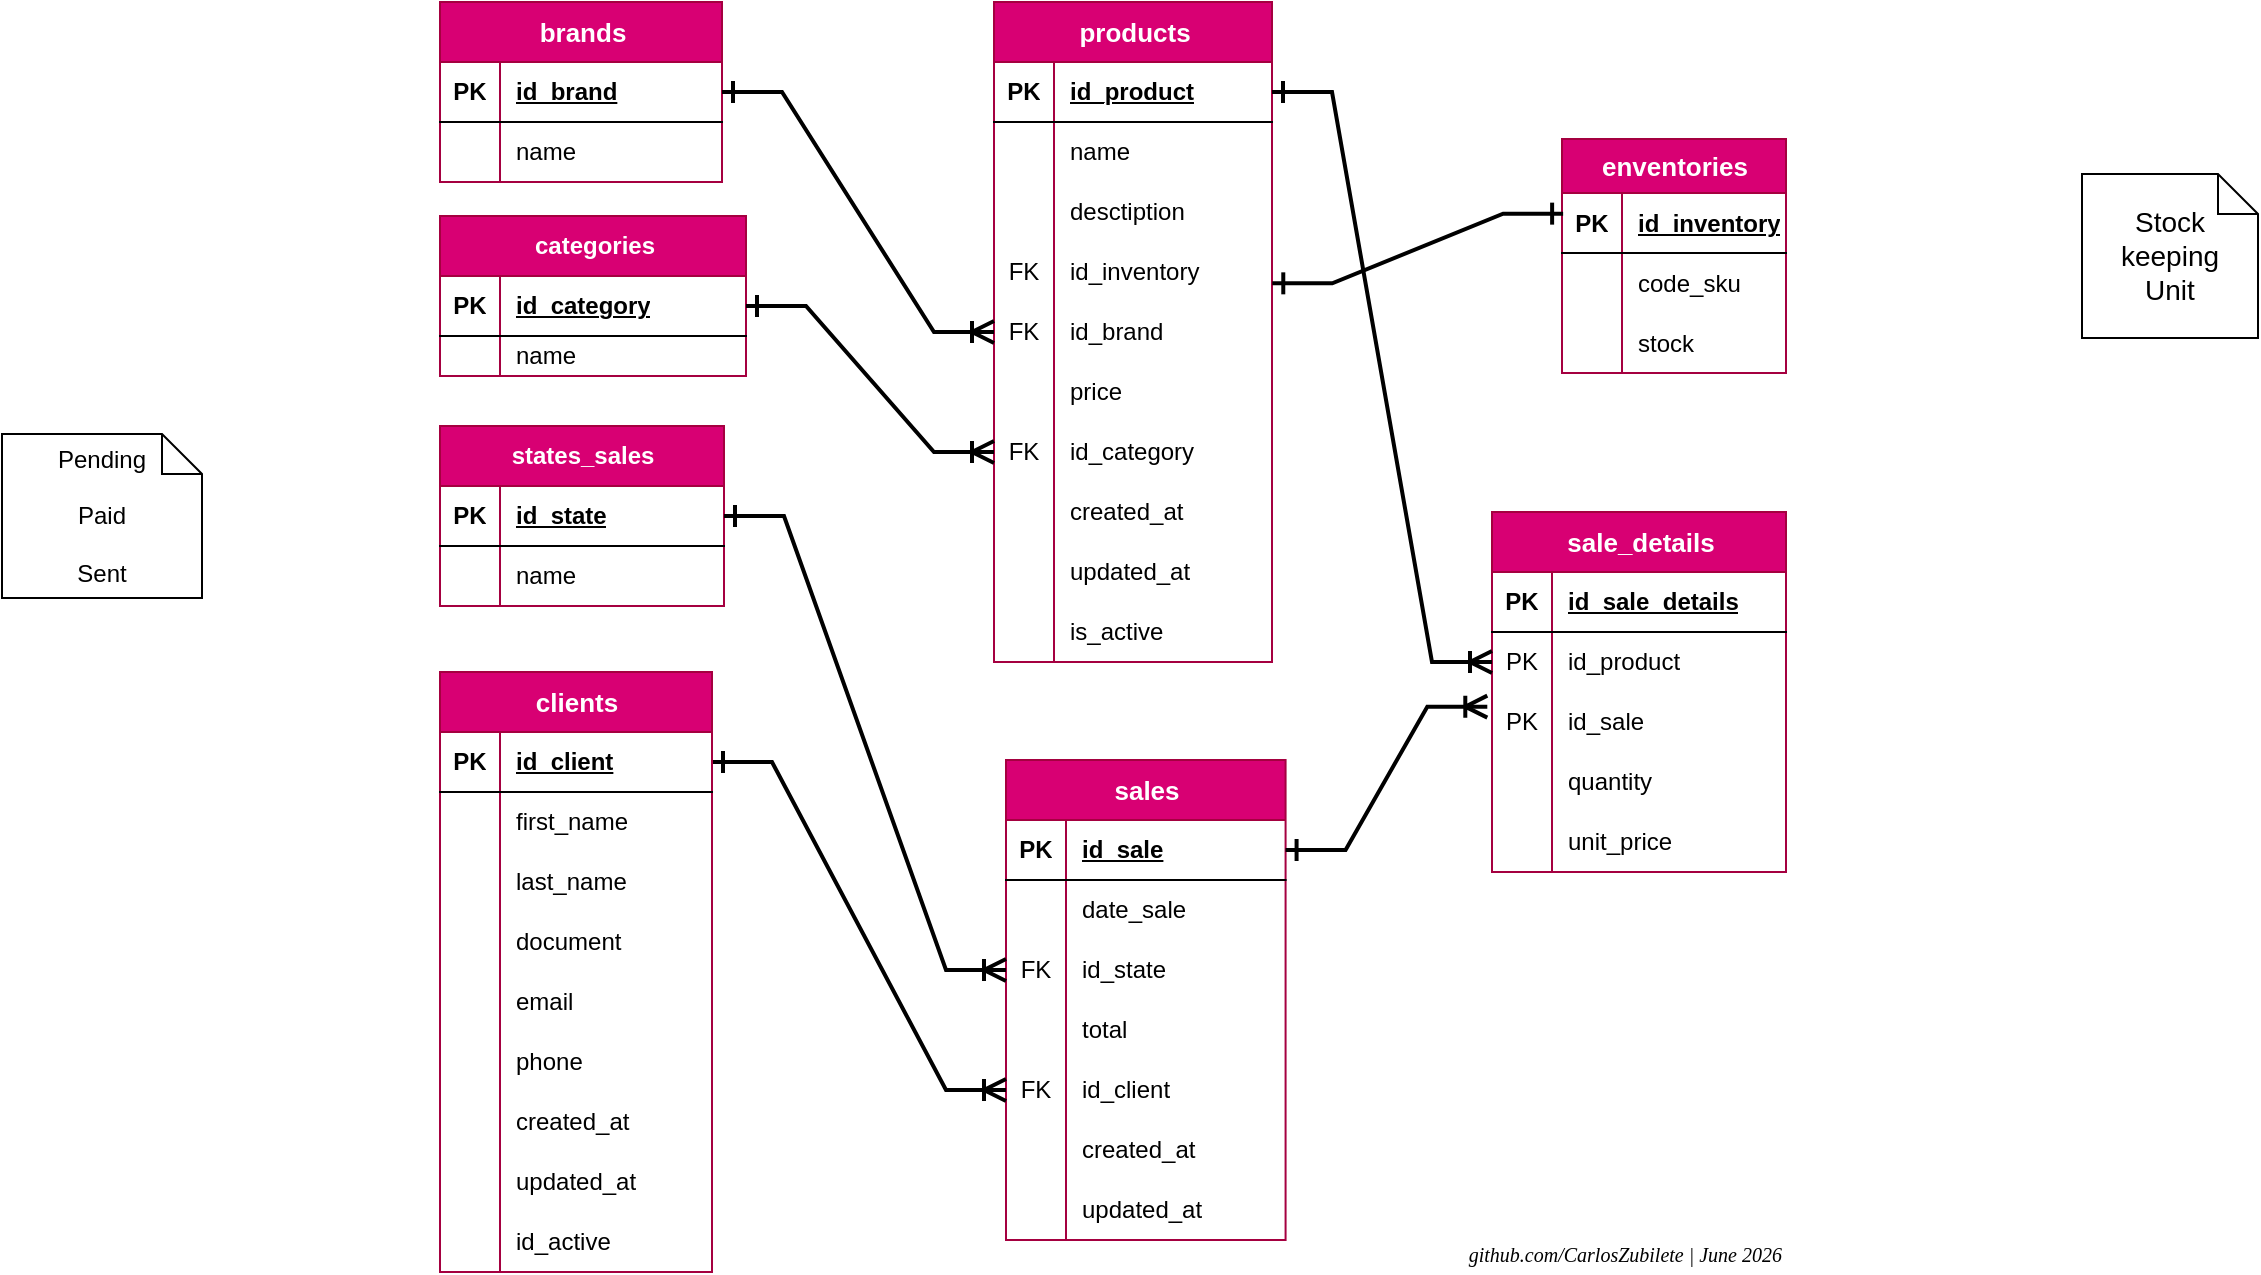
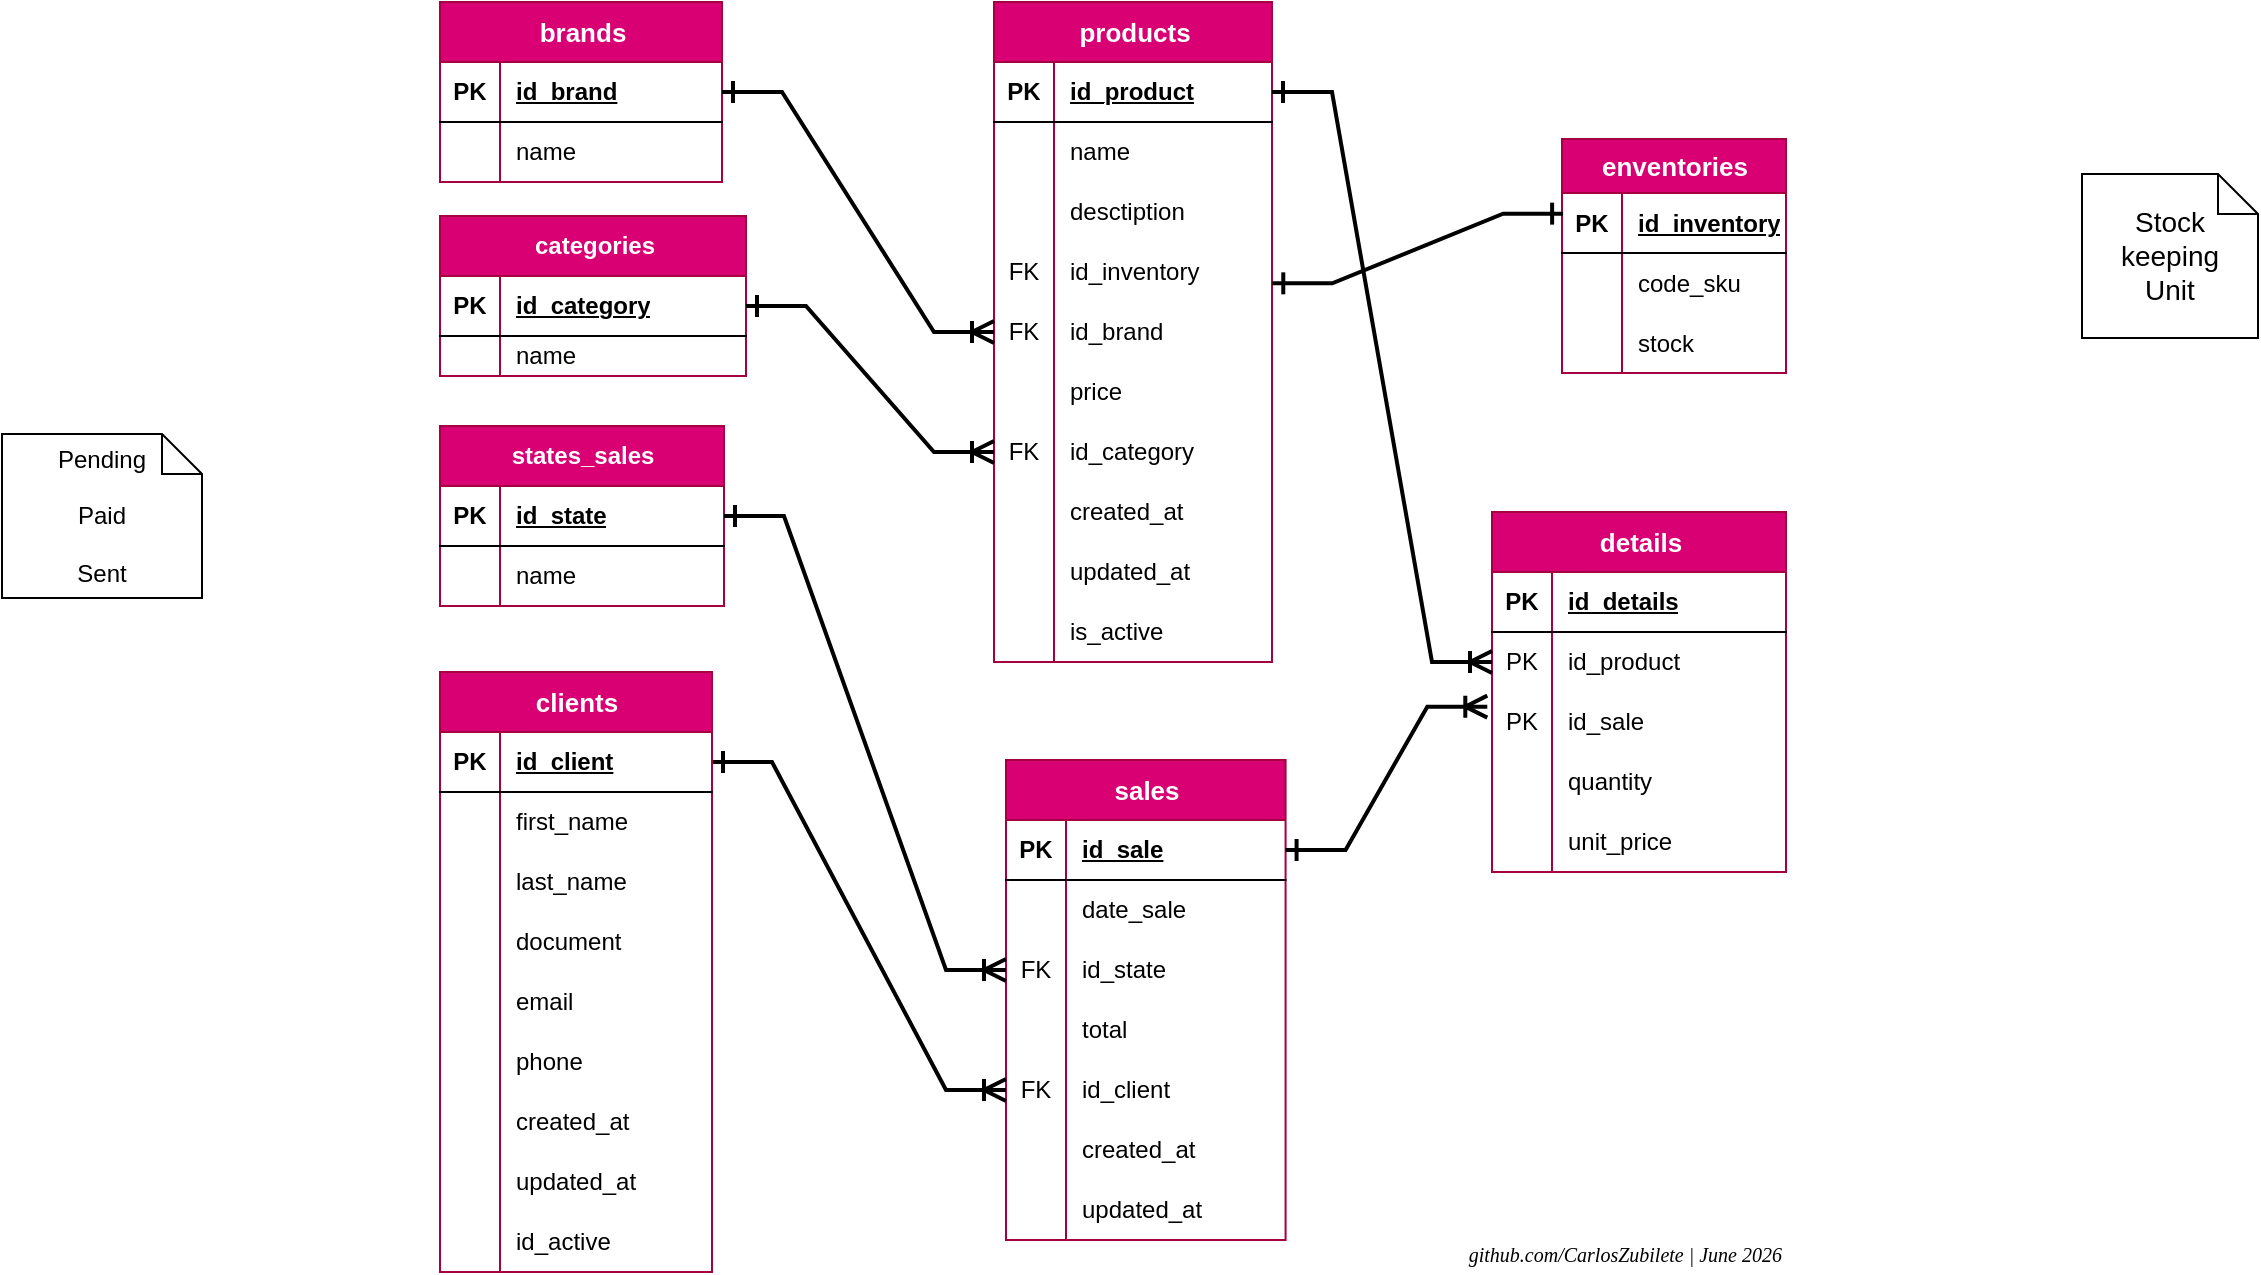
<mxfile host="app.diagrams.net">
  <diagram name="Página-1" id="93zGEH0W4ki6yb1lL_9r">
    <mxGraphModel dx="1567" dy="1451" grid="0" gridSize="10" guides="1" tooltips="1" connect="1" arrows="1" fold="1" page="0" pageScale="1" pageWidth="827" pageHeight="1169" background="none" math="0" shadow="0">
      <root>
        <mxCell id="0" />
        <mxCell id="1" parent="0" />
        <mxCell id="zBBTMQhwQkRe0qv0ZGFn-2" parent="1" style="shape=table;startSize=30;container=1;collapsible=1;childLayout=tableLayout;fixedRows=1;rowLines=0;fontStyle=1;align=center;resizeLast=1;html=1;fillColor=#d80073;fontColor=#ffffff;strokeColor=#A50040;" value="&lt;font style=&quot;font-size: 13px;&quot;&gt;products&lt;/font&gt;" vertex="1">
          <mxGeometry height="330" width="139" x="222" y="-715" as="geometry" />
        </mxCell>
        <mxCell id="zBBTMQhwQkRe0qv0ZGFn-3" parent="zBBTMQhwQkRe0qv0ZGFn-2" style="shape=tableRow;horizontal=0;startSize=0;swimlaneHead=0;swimlaneBody=0;fillColor=none;collapsible=0;dropTarget=0;points=[[0,0.5],[1,0.5]];portConstraint=eastwest;top=0;left=0;right=0;bottom=1;" value="" vertex="1">
          <mxGeometry height="30" width="139" y="30" as="geometry" />
        </mxCell>
        <mxCell id="zBBTMQhwQkRe0qv0ZGFn-4" parent="zBBTMQhwQkRe0qv0ZGFn-3" style="shape=partialRectangle;connectable=0;fillColor=none;top=0;left=0;bottom=0;right=0;fontStyle=1;overflow=hidden;whiteSpace=wrap;html=1;" value="PK" vertex="1">
          <mxGeometry height="30" width="29.999999999999773" as="geometry">
            <mxRectangle height="30" width="29.999999999999773" as="alternateBounds" />
          </mxGeometry>
        </mxCell>
        <mxCell id="zBBTMQhwQkRe0qv0ZGFn-5" parent="zBBTMQhwQkRe0qv0ZGFn-3" style="shape=partialRectangle;connectable=0;fillColor=none;top=0;left=0;bottom=0;right=0;align=left;spacingLeft=6;fontStyle=5;overflow=hidden;whiteSpace=wrap;html=1;" value="id_product" vertex="1">
          <mxGeometry height="30" width="109.00000000000023" x="29.999999999999773" as="geometry">
            <mxRectangle height="30" width="109.00000000000023" as="alternateBounds" />
          </mxGeometry>
        </mxCell>
        <mxCell id="zBBTMQhwQkRe0qv0ZGFn-6" parent="zBBTMQhwQkRe0qv0ZGFn-2" style="shape=tableRow;horizontal=0;startSize=0;swimlaneHead=0;swimlaneBody=0;fillColor=none;collapsible=0;dropTarget=0;points=[[0,0.5],[1,0.5]];portConstraint=eastwest;top=0;left=0;right=0;bottom=0;" value="" vertex="1">
          <mxGeometry height="30" width="139" y="60" as="geometry" />
        </mxCell>
        <mxCell id="zBBTMQhwQkRe0qv0ZGFn-7" parent="zBBTMQhwQkRe0qv0ZGFn-6" style="shape=partialRectangle;connectable=0;fillColor=none;top=0;left=0;bottom=0;right=0;editable=1;overflow=hidden;whiteSpace=wrap;html=1;" value="" vertex="1">
          <mxGeometry height="30" width="29.999999999999773" as="geometry">
            <mxRectangle height="30" width="29.999999999999773" as="alternateBounds" />
          </mxGeometry>
        </mxCell>
        <mxCell id="zBBTMQhwQkRe0qv0ZGFn-8" parent="zBBTMQhwQkRe0qv0ZGFn-6" style="shape=partialRectangle;connectable=0;fillColor=none;top=0;left=0;bottom=0;right=0;align=left;spacingLeft=6;overflow=hidden;whiteSpace=wrap;html=1;" value="name" vertex="1">
          <mxGeometry height="30" width="109.00000000000023" x="29.999999999999773" as="geometry">
            <mxRectangle height="30" width="109.00000000000023" as="alternateBounds" />
          </mxGeometry>
        </mxCell>
        <mxCell id="zBBTMQhwQkRe0qv0ZGFn-158" parent="zBBTMQhwQkRe0qv0ZGFn-2" style="shape=tableRow;horizontal=0;startSize=0;swimlaneHead=0;swimlaneBody=0;fillColor=none;collapsible=0;dropTarget=0;points=[[0,0.5],[1,0.5]];portConstraint=eastwest;top=0;left=0;right=0;bottom=0;" value="" vertex="1">
          <mxGeometry height="30" width="139" y="90" as="geometry" />
        </mxCell>
        <mxCell id="zBBTMQhwQkRe0qv0ZGFn-159" parent="zBBTMQhwQkRe0qv0ZGFn-158" style="shape=partialRectangle;connectable=0;fillColor=none;top=0;left=0;bottom=0;right=0;editable=1;overflow=hidden;whiteSpace=wrap;html=1;" value="" vertex="1">
          <mxGeometry height="30" width="29.999999999999773" as="geometry">
            <mxRectangle height="30" width="29.999999999999773" as="alternateBounds" />
          </mxGeometry>
        </mxCell>
        <mxCell id="zBBTMQhwQkRe0qv0ZGFn-160" parent="zBBTMQhwQkRe0qv0ZGFn-158" style="shape=partialRectangle;connectable=0;fillColor=none;top=0;left=0;bottom=0;right=0;align=left;spacingLeft=6;overflow=hidden;whiteSpace=wrap;html=1;" value="desctiption" vertex="1">
          <mxGeometry height="30" width="109.00000000000023" x="29.999999999999773" as="geometry">
            <mxRectangle height="30" width="109.00000000000023" as="alternateBounds" />
          </mxGeometry>
        </mxCell>
        <mxCell id="zBBTMQhwQkRe0qv0ZGFn-192" parent="zBBTMQhwQkRe0qv0ZGFn-2" style="shape=tableRow;horizontal=0;startSize=0;swimlaneHead=0;swimlaneBody=0;fillColor=none;collapsible=0;dropTarget=0;points=[[0,0.5],[1,0.5]];portConstraint=eastwest;top=0;left=0;right=0;bottom=0;" value="" vertex="1">
          <mxGeometry height="30" width="139" y="120" as="geometry" />
        </mxCell>
        <mxCell id="zBBTMQhwQkRe0qv0ZGFn-193" parent="zBBTMQhwQkRe0qv0ZGFn-192" style="shape=partialRectangle;connectable=0;fillColor=none;top=0;left=0;bottom=0;right=0;editable=1;overflow=hidden;whiteSpace=wrap;html=1;" value="FK" vertex="1">
          <mxGeometry height="30" width="29.999999999999773" as="geometry">
            <mxRectangle height="30" width="29.999999999999773" as="alternateBounds" />
          </mxGeometry>
        </mxCell>
        <mxCell id="zBBTMQhwQkRe0qv0ZGFn-194" parent="zBBTMQhwQkRe0qv0ZGFn-192" style="shape=partialRectangle;connectable=0;fillColor=none;top=0;left=0;bottom=0;right=0;align=left;spacingLeft=6;overflow=hidden;whiteSpace=wrap;html=1;" value="id_inventory" vertex="1">
          <mxGeometry height="30" width="109.00000000000023" x="29.999999999999773" as="geometry">
            <mxRectangle height="30" width="109.00000000000023" as="alternateBounds" />
          </mxGeometry>
        </mxCell>
        <mxCell id="zBBTMQhwQkRe0qv0ZGFn-9" parent="zBBTMQhwQkRe0qv0ZGFn-2" style="shape=tableRow;horizontal=0;startSize=0;swimlaneHead=0;swimlaneBody=0;fillColor=none;collapsible=0;dropTarget=0;points=[[0,0.5],[1,0.5]];portConstraint=eastwest;top=0;left=0;right=0;bottom=0;" value="" vertex="1">
          <mxGeometry height="30" width="139" y="150" as="geometry" />
        </mxCell>
        <mxCell id="zBBTMQhwQkRe0qv0ZGFn-10" parent="zBBTMQhwQkRe0qv0ZGFn-9" style="shape=partialRectangle;connectable=0;fillColor=none;top=0;left=0;bottom=0;right=0;editable=1;overflow=hidden;whiteSpace=wrap;html=1;" value="FK" vertex="1">
          <mxGeometry height="30" width="29.999999999999773" as="geometry">
            <mxRectangle height="30" width="29.999999999999773" as="alternateBounds" />
          </mxGeometry>
        </mxCell>
        <mxCell id="zBBTMQhwQkRe0qv0ZGFn-11" parent="zBBTMQhwQkRe0qv0ZGFn-9" style="shape=partialRectangle;connectable=0;fillColor=none;top=0;left=0;bottom=0;right=0;align=left;spacingLeft=6;overflow=hidden;whiteSpace=wrap;html=1;" value="id_brand" vertex="1">
          <mxGeometry height="30" width="109.00000000000023" x="29.999999999999773" as="geometry">
            <mxRectangle height="30" width="109.00000000000023" as="alternateBounds" />
          </mxGeometry>
        </mxCell>
        <mxCell id="zBBTMQhwQkRe0qv0ZGFn-12" parent="zBBTMQhwQkRe0qv0ZGFn-2" style="shape=tableRow;horizontal=0;startSize=0;swimlaneHead=0;swimlaneBody=0;fillColor=none;collapsible=0;dropTarget=0;points=[[0,0.5],[1,0.5]];portConstraint=eastwest;top=0;left=0;right=0;bottom=0;" value="" vertex="1">
          <mxGeometry height="30" width="139" y="180" as="geometry" />
        </mxCell>
        <mxCell id="zBBTMQhwQkRe0qv0ZGFn-13" parent="zBBTMQhwQkRe0qv0ZGFn-12" style="shape=partialRectangle;connectable=0;fillColor=none;top=0;left=0;bottom=0;right=0;editable=1;overflow=hidden;whiteSpace=wrap;html=1;" value="" vertex="1">
          <mxGeometry height="30" width="29.999999999999773" as="geometry">
            <mxRectangle height="30" width="29.999999999999773" as="alternateBounds" />
          </mxGeometry>
        </mxCell>
        <mxCell id="zBBTMQhwQkRe0qv0ZGFn-14" parent="zBBTMQhwQkRe0qv0ZGFn-12" style="shape=partialRectangle;connectable=0;fillColor=none;top=0;left=0;bottom=0;right=0;align=left;spacingLeft=6;overflow=hidden;whiteSpace=wrap;html=1;" value="price" vertex="1">
          <mxGeometry height="30" width="109.00000000000023" x="29.999999999999773" as="geometry">
            <mxRectangle height="30" width="109.00000000000023" as="alternateBounds" />
          </mxGeometry>
        </mxCell>
        <mxCell id="zBBTMQhwQkRe0qv0ZGFn-147" parent="zBBTMQhwQkRe0qv0ZGFn-2" style="shape=tableRow;horizontal=0;startSize=0;swimlaneHead=0;swimlaneBody=0;fillColor=none;collapsible=0;dropTarget=0;points=[[0,0.5],[1,0.5]];portConstraint=eastwest;top=0;left=0;right=0;bottom=0;" value="" vertex="1">
          <mxGeometry height="30" width="139" y="210" as="geometry" />
        </mxCell>
        <mxCell id="zBBTMQhwQkRe0qv0ZGFn-148" parent="zBBTMQhwQkRe0qv0ZGFn-147" style="shape=partialRectangle;connectable=0;fillColor=none;top=0;left=0;bottom=0;right=0;editable=1;overflow=hidden;whiteSpace=wrap;html=1;" value="FK" vertex="1">
          <mxGeometry height="30" width="29.999999999999773" as="geometry">
            <mxRectangle height="30" width="29.999999999999773" as="alternateBounds" />
          </mxGeometry>
        </mxCell>
        <mxCell id="zBBTMQhwQkRe0qv0ZGFn-149" parent="zBBTMQhwQkRe0qv0ZGFn-147" style="shape=partialRectangle;connectable=0;fillColor=none;top=0;left=0;bottom=0;right=0;align=left;spacingLeft=6;overflow=hidden;whiteSpace=wrap;html=1;" value="id_category" vertex="1">
          <mxGeometry height="30" width="109.00000000000023" x="29.999999999999773" as="geometry">
            <mxRectangle height="30" width="109.00000000000023" as="alternateBounds" />
          </mxGeometry>
        </mxCell>
        <mxCell id="zBBTMQhwQkRe0qv0ZGFn-170" parent="zBBTMQhwQkRe0qv0ZGFn-2" style="shape=tableRow;horizontal=0;startSize=0;swimlaneHead=0;swimlaneBody=0;fillColor=none;collapsible=0;dropTarget=0;points=[[0,0.5],[1,0.5]];portConstraint=eastwest;top=0;left=0;right=0;bottom=0;" value="" vertex="1">
          <mxGeometry height="30" width="139" y="240" as="geometry" />
        </mxCell>
        <mxCell id="zBBTMQhwQkRe0qv0ZGFn-171" parent="zBBTMQhwQkRe0qv0ZGFn-170" style="shape=partialRectangle;connectable=0;fillColor=none;top=0;left=0;bottom=0;right=0;editable=1;overflow=hidden;whiteSpace=wrap;html=1;" value="" vertex="1">
          <mxGeometry height="30" width="29.999999999999773" as="geometry">
            <mxRectangle height="30" width="29.999999999999773" as="alternateBounds" />
          </mxGeometry>
        </mxCell>
        <mxCell id="zBBTMQhwQkRe0qv0ZGFn-172" parent="zBBTMQhwQkRe0qv0ZGFn-170" style="shape=partialRectangle;connectable=0;fillColor=none;top=0;left=0;bottom=0;right=0;align=left;spacingLeft=6;overflow=hidden;whiteSpace=wrap;html=1;" value="created_at" vertex="1">
          <mxGeometry height="30" width="109.00000000000023" x="29.999999999999773" as="geometry">
            <mxRectangle height="30" width="109.00000000000023" as="alternateBounds" />
          </mxGeometry>
        </mxCell>
        <mxCell id="zBBTMQhwQkRe0qv0ZGFn-173" parent="zBBTMQhwQkRe0qv0ZGFn-2" style="shape=tableRow;horizontal=0;startSize=0;swimlaneHead=0;swimlaneBody=0;fillColor=none;collapsible=0;dropTarget=0;points=[[0,0.5],[1,0.5]];portConstraint=eastwest;top=0;left=0;right=0;bottom=0;" value="" vertex="1">
          <mxGeometry height="30" width="139" y="270" as="geometry" />
        </mxCell>
        <mxCell id="zBBTMQhwQkRe0qv0ZGFn-174" parent="zBBTMQhwQkRe0qv0ZGFn-173" style="shape=partialRectangle;connectable=0;fillColor=none;top=0;left=0;bottom=0;right=0;editable=1;overflow=hidden;whiteSpace=wrap;html=1;" value="" vertex="1">
          <mxGeometry height="30" width="29.999999999999773" as="geometry">
            <mxRectangle height="30" width="29.999999999999773" as="alternateBounds" />
          </mxGeometry>
        </mxCell>
        <mxCell id="zBBTMQhwQkRe0qv0ZGFn-175" parent="zBBTMQhwQkRe0qv0ZGFn-173" style="shape=partialRectangle;connectable=0;fillColor=none;top=0;left=0;bottom=0;right=0;align=left;spacingLeft=6;overflow=hidden;whiteSpace=wrap;html=1;" value="updated_at" vertex="1">
          <mxGeometry height="30" width="109.00000000000023" x="29.999999999999773" as="geometry">
            <mxRectangle height="30" width="109.00000000000023" as="alternateBounds" />
          </mxGeometry>
        </mxCell>
        <mxCell id="zBBTMQhwQkRe0qv0ZGFn-161" parent="zBBTMQhwQkRe0qv0ZGFn-2" style="shape=tableRow;horizontal=0;startSize=0;swimlaneHead=0;swimlaneBody=0;fillColor=none;collapsible=0;dropTarget=0;points=[[0,0.5],[1,0.5]];portConstraint=eastwest;top=0;left=0;right=0;bottom=0;" value="" vertex="1">
          <mxGeometry height="30" width="139" y="300" as="geometry" />
        </mxCell>
        <mxCell id="zBBTMQhwQkRe0qv0ZGFn-162" parent="zBBTMQhwQkRe0qv0ZGFn-161" style="shape=partialRectangle;connectable=0;fillColor=none;top=0;left=0;bottom=0;right=0;editable=1;overflow=hidden;whiteSpace=wrap;html=1;" value="" vertex="1">
          <mxGeometry height="30" width="29.999999999999773" as="geometry">
            <mxRectangle height="30" width="29.999999999999773" as="alternateBounds" />
          </mxGeometry>
        </mxCell>
        <mxCell id="zBBTMQhwQkRe0qv0ZGFn-163" parent="zBBTMQhwQkRe0qv0ZGFn-161" style="shape=partialRectangle;connectable=0;fillColor=none;top=0;left=0;bottom=0;right=0;align=left;spacingLeft=6;overflow=hidden;whiteSpace=wrap;html=1;" value="is_active" vertex="1">
          <mxGeometry height="30" width="109.00000000000023" x="29.999999999999773" as="geometry">
            <mxRectangle height="30" width="109.00000000000023" as="alternateBounds" />
          </mxGeometry>
        </mxCell>
        <mxCell id="zBBTMQhwQkRe0qv0ZGFn-18" parent="1" style="shape=table;startSize=30;container=1;collapsible=1;childLayout=tableLayout;fixedRows=1;rowLines=0;fontStyle=1;align=center;resizeLast=1;html=1;fillColor=#d80073;fontColor=#ffffff;strokeColor=#A50040;" value="&lt;font style=&quot;font-size: 13px;&quot;&gt;sales&lt;/font&gt;" vertex="1">
          <mxGeometry height="240" width="139.79166666666669" x="228" y="-336" as="geometry" />
        </mxCell>
        <mxCell id="zBBTMQhwQkRe0qv0ZGFn-19" parent="zBBTMQhwQkRe0qv0ZGFn-18" style="shape=tableRow;horizontal=0;startSize=0;swimlaneHead=0;swimlaneBody=0;fillColor=none;collapsible=0;dropTarget=0;points=[[0,0.5],[1,0.5]];portConstraint=eastwest;top=0;left=0;right=0;bottom=1;" value="" vertex="1">
          <mxGeometry height="30" width="139.79166666666669" y="30" as="geometry" />
        </mxCell>
        <mxCell id="zBBTMQhwQkRe0qv0ZGFn-20" parent="zBBTMQhwQkRe0qv0ZGFn-19" style="shape=partialRectangle;connectable=0;fillColor=none;top=0;left=0;bottom=0;right=0;fontStyle=1;overflow=hidden;whiteSpace=wrap;html=1;" value="PK" vertex="1">
          <mxGeometry height="30" width="30" as="geometry">
            <mxRectangle height="30" width="30" as="alternateBounds" />
          </mxGeometry>
        </mxCell>
        <mxCell id="zBBTMQhwQkRe0qv0ZGFn-21" parent="zBBTMQhwQkRe0qv0ZGFn-19" style="shape=partialRectangle;connectable=0;fillColor=none;top=0;left=0;bottom=0;right=0;align=left;spacingLeft=6;fontStyle=5;overflow=hidden;whiteSpace=wrap;html=1;" value="id_sale" vertex="1">
          <mxGeometry height="30" width="109.79166666666669" x="30" as="geometry">
            <mxRectangle height="30" width="109.79166666666669" as="alternateBounds" />
          </mxGeometry>
        </mxCell>
        <mxCell id="zBBTMQhwQkRe0qv0ZGFn-22" parent="zBBTMQhwQkRe0qv0ZGFn-18" style="shape=tableRow;horizontal=0;startSize=0;swimlaneHead=0;swimlaneBody=0;fillColor=none;collapsible=0;dropTarget=0;points=[[0,0.5],[1,0.5]];portConstraint=eastwest;top=0;left=0;right=0;bottom=0;" value="" vertex="1">
          <mxGeometry height="30" width="139.79166666666669" y="60" as="geometry" />
        </mxCell>
        <mxCell id="zBBTMQhwQkRe0qv0ZGFn-23" parent="zBBTMQhwQkRe0qv0ZGFn-22" style="shape=partialRectangle;connectable=0;fillColor=none;top=0;left=0;bottom=0;right=0;editable=1;overflow=hidden;whiteSpace=wrap;html=1;" value="" vertex="1">
          <mxGeometry height="30" width="30" as="geometry">
            <mxRectangle height="30" width="30" as="alternateBounds" />
          </mxGeometry>
        </mxCell>
        <mxCell id="zBBTMQhwQkRe0qv0ZGFn-24" parent="zBBTMQhwQkRe0qv0ZGFn-22" style="shape=partialRectangle;connectable=0;fillColor=none;top=0;left=0;bottom=0;right=0;align=left;spacingLeft=6;overflow=hidden;whiteSpace=wrap;html=1;" value="date_sale" vertex="1">
          <mxGeometry height="30" width="109.79166666666669" x="30" as="geometry">
            <mxRectangle height="30" width="109.79166666666669" as="alternateBounds" />
          </mxGeometry>
        </mxCell>
        <mxCell id="zBBTMQhwQkRe0qv0ZGFn-61" parent="zBBTMQhwQkRe0qv0ZGFn-18" style="shape=tableRow;horizontal=0;startSize=0;swimlaneHead=0;swimlaneBody=0;fillColor=none;collapsible=0;dropTarget=0;points=[[0,0.5],[1,0.5]];portConstraint=eastwest;top=0;left=0;right=0;bottom=0;" value="" vertex="1">
          <mxGeometry height="30" width="139.79166666666669" y="90" as="geometry" />
        </mxCell>
        <mxCell id="zBBTMQhwQkRe0qv0ZGFn-62" parent="zBBTMQhwQkRe0qv0ZGFn-61" style="shape=partialRectangle;connectable=0;fillColor=none;top=0;left=0;bottom=0;right=0;editable=1;overflow=hidden;whiteSpace=wrap;html=1;" value="FK" vertex="1">
          <mxGeometry height="30" width="30" as="geometry">
            <mxRectangle height="30" width="30" as="alternateBounds" />
          </mxGeometry>
        </mxCell>
        <mxCell id="zBBTMQhwQkRe0qv0ZGFn-63" parent="zBBTMQhwQkRe0qv0ZGFn-61" style="shape=partialRectangle;connectable=0;fillColor=none;top=0;left=0;bottom=0;right=0;align=left;spacingLeft=6;overflow=hidden;whiteSpace=wrap;html=1;" value="id_state" vertex="1">
          <mxGeometry height="30" width="109.79166666666669" x="30" as="geometry">
            <mxRectangle height="30" width="109.79166666666669" as="alternateBounds" />
          </mxGeometry>
        </mxCell>
        <mxCell id="zBBTMQhwQkRe0qv0ZGFn-25" parent="zBBTMQhwQkRe0qv0ZGFn-18" style="shape=tableRow;horizontal=0;startSize=0;swimlaneHead=0;swimlaneBody=0;fillColor=none;collapsible=0;dropTarget=0;points=[[0,0.5],[1,0.5]];portConstraint=eastwest;top=0;left=0;right=0;bottom=0;" value="" vertex="1">
          <mxGeometry height="30" width="139.79166666666669" y="120" as="geometry" />
        </mxCell>
        <mxCell id="zBBTMQhwQkRe0qv0ZGFn-26" parent="zBBTMQhwQkRe0qv0ZGFn-25" style="shape=partialRectangle;connectable=0;fillColor=none;top=0;left=0;bottom=0;right=0;editable=1;overflow=hidden;whiteSpace=wrap;html=1;" value="" vertex="1">
          <mxGeometry height="30" width="30" as="geometry">
            <mxRectangle height="30" width="30" as="alternateBounds" />
          </mxGeometry>
        </mxCell>
        <mxCell id="zBBTMQhwQkRe0qv0ZGFn-27" parent="zBBTMQhwQkRe0qv0ZGFn-25" style="shape=partialRectangle;connectable=0;fillColor=none;top=0;left=0;bottom=0;right=0;align=left;spacingLeft=6;overflow=hidden;whiteSpace=wrap;html=1;" value="total" vertex="1">
          <mxGeometry height="30" width="109.79166666666669" x="30" as="geometry">
            <mxRectangle height="30" width="109.79166666666669" as="alternateBounds" />
          </mxGeometry>
        </mxCell>
        <mxCell id="zBBTMQhwQkRe0qv0ZGFn-28" parent="zBBTMQhwQkRe0qv0ZGFn-18" style="shape=tableRow;horizontal=0;startSize=0;swimlaneHead=0;swimlaneBody=0;fillColor=none;collapsible=0;dropTarget=0;points=[[0,0.5],[1,0.5]];portConstraint=eastwest;top=0;left=0;right=0;bottom=0;" value="" vertex="1">
          <mxGeometry height="30" width="139.79166666666669" y="150" as="geometry" />
        </mxCell>
        <mxCell id="zBBTMQhwQkRe0qv0ZGFn-29" parent="zBBTMQhwQkRe0qv0ZGFn-28" style="shape=partialRectangle;connectable=0;fillColor=none;top=0;left=0;bottom=0;right=0;editable=1;overflow=hidden;whiteSpace=wrap;html=1;" value="FK" vertex="1">
          <mxGeometry height="30" width="30" as="geometry">
            <mxRectangle height="30" width="30" as="alternateBounds" />
          </mxGeometry>
        </mxCell>
        <mxCell id="zBBTMQhwQkRe0qv0ZGFn-30" parent="zBBTMQhwQkRe0qv0ZGFn-28" style="shape=partialRectangle;connectable=0;fillColor=none;top=0;left=0;bottom=0;right=0;align=left;spacingLeft=6;overflow=hidden;whiteSpace=wrap;html=1;" value="id_client" vertex="1">
          <mxGeometry height="30" width="109.79166666666669" x="30" as="geometry">
            <mxRectangle height="30" width="109.79166666666669" as="alternateBounds" />
          </mxGeometry>
        </mxCell>
        <mxCell id="zBBTMQhwQkRe0qv0ZGFn-180" parent="zBBTMQhwQkRe0qv0ZGFn-18" style="shape=tableRow;horizontal=0;startSize=0;swimlaneHead=0;swimlaneBody=0;fillColor=none;collapsible=0;dropTarget=0;points=[[0,0.5],[1,0.5]];portConstraint=eastwest;top=0;left=0;right=0;bottom=0;" value="" vertex="1">
          <mxGeometry height="30" width="139.79166666666669" y="180" as="geometry" />
        </mxCell>
        <mxCell id="zBBTMQhwQkRe0qv0ZGFn-181" parent="zBBTMQhwQkRe0qv0ZGFn-180" style="shape=partialRectangle;connectable=0;fillColor=none;top=0;left=0;bottom=0;right=0;editable=1;overflow=hidden;whiteSpace=wrap;html=1;" value="" vertex="1">
          <mxGeometry height="30" width="30" as="geometry">
            <mxRectangle height="30" width="30" as="alternateBounds" />
          </mxGeometry>
        </mxCell>
        <mxCell id="zBBTMQhwQkRe0qv0ZGFn-182" parent="zBBTMQhwQkRe0qv0ZGFn-180" style="shape=partialRectangle;connectable=0;fillColor=none;top=0;left=0;bottom=0;right=0;align=left;spacingLeft=6;overflow=hidden;whiteSpace=wrap;html=1;" value="created_at" vertex="1">
          <mxGeometry height="30" width="109.79166666666669" x="30" as="geometry">
            <mxRectangle height="30" width="109.79166666666669" as="alternateBounds" />
          </mxGeometry>
        </mxCell>
        <mxCell id="zBBTMQhwQkRe0qv0ZGFn-183" parent="zBBTMQhwQkRe0qv0ZGFn-18" style="shape=tableRow;horizontal=0;startSize=0;swimlaneHead=0;swimlaneBody=0;fillColor=none;collapsible=0;dropTarget=0;points=[[0,0.5],[1,0.5]];portConstraint=eastwest;top=0;left=0;right=0;bottom=0;" value="" vertex="1">
          <mxGeometry height="30" width="139.79166666666669" y="210" as="geometry" />
        </mxCell>
        <mxCell id="zBBTMQhwQkRe0qv0ZGFn-184" parent="zBBTMQhwQkRe0qv0ZGFn-183" style="shape=partialRectangle;connectable=0;fillColor=none;top=0;left=0;bottom=0;right=0;editable=1;overflow=hidden;whiteSpace=wrap;html=1;" value="" vertex="1">
          <mxGeometry height="30" width="30" as="geometry">
            <mxRectangle height="30" width="30" as="alternateBounds" />
          </mxGeometry>
        </mxCell>
        <mxCell id="zBBTMQhwQkRe0qv0ZGFn-185" parent="zBBTMQhwQkRe0qv0ZGFn-183" style="shape=partialRectangle;connectable=0;fillColor=none;top=0;left=0;bottom=0;right=0;align=left;spacingLeft=6;overflow=hidden;whiteSpace=wrap;html=1;" value="updated_at" vertex="1">
          <mxGeometry height="30" width="109.79166666666669" x="30" as="geometry">
            <mxRectangle height="30" width="109.79166666666669" as="alternateBounds" />
          </mxGeometry>
        </mxCell>
-         <mxCell id="zBBTMQhwQkRe0qv0ZGFn-31" parent="1" style="shape=table;startSize=30;container=1;collapsible=1;childLayout=tableLayout;fixedRows=1;rowLines=0;fontStyle=1;align=center;resizeLast=1;html=1;fillColor=#d80073;fontColor=#ffffff;strokeColor=#A50040;" value="&lt;font style=&quot;font-size: 13px;&quot;&gt;sale_details&lt;/font&gt;" vertex="1">
+         <mxCell id="zBBTMQhwQkRe0qv0ZGFn-31" parent="1" style="shape=table;startSize=30;container=1;collapsible=1;childLayout=tableLayout;fixedRows=1;rowLines=0;fontStyle=1;align=center;resizeLast=1;html=1;fillColor=#d80073;fontColor=#ffffff;strokeColor=#A50040;" value="&lt;font style=&quot;font-size: 13px;&quot;&gt;details&lt;/font&gt;" vertex="1">
          <mxGeometry height="180" width="147" x="471" y="-460" as="geometry" />
        </mxCell>
        <mxCell id="zBBTMQhwQkRe0qv0ZGFn-32" parent="zBBTMQhwQkRe0qv0ZGFn-31" style="shape=tableRow;horizontal=0;startSize=0;swimlaneHead=0;swimlaneBody=0;fillColor=none;collapsible=0;dropTarget=0;points=[[0,0.5],[1,0.5]];portConstraint=eastwest;top=0;left=0;right=0;bottom=1;" value="" vertex="1">
          <mxGeometry height="30" width="147" y="30" as="geometry" />
        </mxCell>
        <mxCell id="zBBTMQhwQkRe0qv0ZGFn-33" parent="zBBTMQhwQkRe0qv0ZGFn-32" style="shape=partialRectangle;connectable=0;fillColor=none;top=0;left=0;bottom=0;right=0;fontStyle=1;overflow=hidden;whiteSpace=wrap;html=1;" value="PK" vertex="1">
          <mxGeometry height="30" width="30" as="geometry">
            <mxRectangle height="30" width="30" as="alternateBounds" />
          </mxGeometry>
        </mxCell>
-         <mxCell id="zBBTMQhwQkRe0qv0ZGFn-34" parent="zBBTMQhwQkRe0qv0ZGFn-32" style="shape=partialRectangle;connectable=0;fillColor=none;top=0;left=0;bottom=0;right=0;align=left;spacingLeft=6;fontStyle=5;overflow=hidden;whiteSpace=wrap;html=1;" value="id_sale_details" vertex="1">
+         <mxCell id="zBBTMQhwQkRe0qv0ZGFn-34" parent="zBBTMQhwQkRe0qv0ZGFn-32" style="shape=partialRectangle;connectable=0;fillColor=none;top=0;left=0;bottom=0;right=0;align=left;spacingLeft=6;fontStyle=5;overflow=hidden;whiteSpace=wrap;html=1;" value="id_details" vertex="1">
          <mxGeometry height="30" width="117" x="30" as="geometry">
            <mxRectangle height="30" width="117" as="alternateBounds" />
          </mxGeometry>
        </mxCell>
        <mxCell id="zBBTMQhwQkRe0qv0ZGFn-35" parent="zBBTMQhwQkRe0qv0ZGFn-31" style="shape=tableRow;horizontal=0;startSize=0;swimlaneHead=0;swimlaneBody=0;fillColor=none;collapsible=0;dropTarget=0;points=[[0,0.5],[1,0.5]];portConstraint=eastwest;top=0;left=0;right=0;bottom=0;" value="" vertex="1">
          <mxGeometry height="30" width="147" y="60" as="geometry" />
        </mxCell>
        <mxCell id="zBBTMQhwQkRe0qv0ZGFn-36" parent="zBBTMQhwQkRe0qv0ZGFn-35" style="shape=partialRectangle;connectable=0;fillColor=none;top=0;left=0;bottom=0;right=0;editable=1;overflow=hidden;whiteSpace=wrap;html=1;" value="PK" vertex="1">
          <mxGeometry height="30" width="30" as="geometry">
            <mxRectangle height="30" width="30" as="alternateBounds" />
          </mxGeometry>
        </mxCell>
        <mxCell id="zBBTMQhwQkRe0qv0ZGFn-37" parent="zBBTMQhwQkRe0qv0ZGFn-35" style="shape=partialRectangle;connectable=0;fillColor=none;top=0;left=0;bottom=0;right=0;align=left;spacingLeft=6;overflow=hidden;whiteSpace=wrap;html=1;" value="id_product" vertex="1">
          <mxGeometry height="30" width="117" x="30" as="geometry">
            <mxRectangle height="30" width="117" as="alternateBounds" />
          </mxGeometry>
        </mxCell>
        <mxCell id="zBBTMQhwQkRe0qv0ZGFn-38" parent="zBBTMQhwQkRe0qv0ZGFn-31" style="shape=tableRow;horizontal=0;startSize=0;swimlaneHead=0;swimlaneBody=0;fillColor=none;collapsible=0;dropTarget=0;points=[[0,0.5],[1,0.5]];portConstraint=eastwest;top=0;left=0;right=0;bottom=0;" value="" vertex="1">
          <mxGeometry height="30" width="147" y="90" as="geometry" />
        </mxCell>
        <mxCell id="zBBTMQhwQkRe0qv0ZGFn-39" parent="zBBTMQhwQkRe0qv0ZGFn-38" style="shape=partialRectangle;connectable=0;fillColor=none;top=0;left=0;bottom=0;right=0;editable=1;overflow=hidden;whiteSpace=wrap;html=1;" value="PK" vertex="1">
          <mxGeometry height="30" width="30" as="geometry">
            <mxRectangle height="30" width="30" as="alternateBounds" />
          </mxGeometry>
        </mxCell>
        <mxCell id="zBBTMQhwQkRe0qv0ZGFn-40" parent="zBBTMQhwQkRe0qv0ZGFn-38" style="shape=partialRectangle;connectable=0;fillColor=none;top=0;left=0;bottom=0;right=0;align=left;spacingLeft=6;overflow=hidden;whiteSpace=wrap;html=1;" value="id_sale" vertex="1">
          <mxGeometry height="30" width="117" x="30" as="geometry">
            <mxRectangle height="30" width="117" as="alternateBounds" />
          </mxGeometry>
        </mxCell>
        <mxCell id="zBBTMQhwQkRe0qv0ZGFn-41" parent="zBBTMQhwQkRe0qv0ZGFn-31" style="shape=tableRow;horizontal=0;startSize=0;swimlaneHead=0;swimlaneBody=0;fillColor=none;collapsible=0;dropTarget=0;points=[[0,0.5],[1,0.5]];portConstraint=eastwest;top=0;left=0;right=0;bottom=0;" value="" vertex="1">
          <mxGeometry height="30" width="147" y="120" as="geometry" />
        </mxCell>
        <mxCell id="zBBTMQhwQkRe0qv0ZGFn-42" parent="zBBTMQhwQkRe0qv0ZGFn-41" style="shape=partialRectangle;connectable=0;fillColor=none;top=0;left=0;bottom=0;right=0;editable=1;overflow=hidden;whiteSpace=wrap;html=1;" value="" vertex="1">
          <mxGeometry height="30" width="30" as="geometry">
            <mxRectangle height="30" width="30" as="alternateBounds" />
          </mxGeometry>
        </mxCell>
        <mxCell id="zBBTMQhwQkRe0qv0ZGFn-43" parent="zBBTMQhwQkRe0qv0ZGFn-41" style="shape=partialRectangle;connectable=0;fillColor=none;top=0;left=0;bottom=0;right=0;align=left;spacingLeft=6;overflow=hidden;whiteSpace=wrap;html=1;" value="quantity" vertex="1">
          <mxGeometry height="30" width="117" x="30" as="geometry">
            <mxRectangle height="30" width="117" as="alternateBounds" />
          </mxGeometry>
        </mxCell>
        <mxCell id="zBBTMQhwQkRe0qv0ZGFn-58" parent="zBBTMQhwQkRe0qv0ZGFn-31" style="shape=tableRow;horizontal=0;startSize=0;swimlaneHead=0;swimlaneBody=0;fillColor=none;collapsible=0;dropTarget=0;points=[[0,0.5],[1,0.5]];portConstraint=eastwest;top=0;left=0;right=0;bottom=0;" value="" vertex="1">
          <mxGeometry height="30" width="147" y="150" as="geometry" />
        </mxCell>
        <mxCell id="zBBTMQhwQkRe0qv0ZGFn-59" parent="zBBTMQhwQkRe0qv0ZGFn-58" style="shape=partialRectangle;connectable=0;fillColor=none;top=0;left=0;bottom=0;right=0;editable=1;overflow=hidden;whiteSpace=wrap;html=1;" value="" vertex="1">
          <mxGeometry height="30" width="30" as="geometry">
            <mxRectangle height="30" width="30" as="alternateBounds" />
          </mxGeometry>
        </mxCell>
        <mxCell id="zBBTMQhwQkRe0qv0ZGFn-60" parent="zBBTMQhwQkRe0qv0ZGFn-58" style="shape=partialRectangle;connectable=0;fillColor=none;top=0;left=0;bottom=0;right=0;align=left;spacingLeft=6;overflow=hidden;whiteSpace=wrap;html=1;" value="unit_price" vertex="1">
          <mxGeometry height="30" width="117" x="30" as="geometry">
            <mxRectangle height="30" width="117" as="alternateBounds" />
          </mxGeometry>
        </mxCell>
        <mxCell id="zBBTMQhwQkRe0qv0ZGFn-64" parent="1" style="shape=table;startSize=30;container=1;collapsible=1;childLayout=tableLayout;fixedRows=1;rowLines=0;fontStyle=1;align=center;resizeLast=1;html=1;fillColor=#d80073;fontColor=#ffffff;strokeColor=#A50040;" value="categories" vertex="1">
          <mxGeometry height="80" width="153" x="-55" y="-608" as="geometry" />
        </mxCell>
        <mxCell id="zBBTMQhwQkRe0qv0ZGFn-65" parent="zBBTMQhwQkRe0qv0ZGFn-64" style="shape=tableRow;horizontal=0;startSize=0;swimlaneHead=0;swimlaneBody=0;fillColor=none;collapsible=0;dropTarget=0;points=[[0,0.5],[1,0.5]];portConstraint=eastwest;top=0;left=0;right=0;bottom=1;" value="" vertex="1">
          <mxGeometry height="30" width="153" y="30" as="geometry" />
        </mxCell>
        <mxCell id="zBBTMQhwQkRe0qv0ZGFn-66" parent="zBBTMQhwQkRe0qv0ZGFn-65" style="shape=partialRectangle;connectable=0;fillColor=none;top=0;left=0;bottom=0;right=0;fontStyle=1;overflow=hidden;whiteSpace=wrap;html=1;" value="PK" vertex="1">
          <mxGeometry height="30" width="30" as="geometry">
            <mxRectangle height="30" width="30" as="alternateBounds" />
          </mxGeometry>
        </mxCell>
        <mxCell id="zBBTMQhwQkRe0qv0ZGFn-67" parent="zBBTMQhwQkRe0qv0ZGFn-65" style="shape=partialRectangle;connectable=0;fillColor=none;top=0;left=0;bottom=0;right=0;align=left;spacingLeft=6;fontStyle=5;overflow=hidden;whiteSpace=wrap;html=1;" value="id_category" vertex="1">
          <mxGeometry height="30" width="123" x="30" as="geometry">
            <mxRectangle height="30" width="123" as="alternateBounds" />
          </mxGeometry>
        </mxCell>
        <mxCell id="zBBTMQhwQkRe0qv0ZGFn-68" parent="zBBTMQhwQkRe0qv0ZGFn-64" style="shape=tableRow;horizontal=0;startSize=0;swimlaneHead=0;swimlaneBody=0;fillColor=none;collapsible=0;dropTarget=0;points=[[0,0.5],[1,0.5]];portConstraint=eastwest;top=0;left=0;right=0;bottom=0;" value="" vertex="1">
          <mxGeometry height="20" width="153" y="60" as="geometry" />
        </mxCell>
        <mxCell id="zBBTMQhwQkRe0qv0ZGFn-69" parent="zBBTMQhwQkRe0qv0ZGFn-68" style="shape=partialRectangle;connectable=0;fillColor=none;top=0;left=0;bottom=0;right=0;editable=1;overflow=hidden;whiteSpace=wrap;html=1;" value="" vertex="1">
          <mxGeometry height="20" width="30" as="geometry">
            <mxRectangle height="20" width="30" as="alternateBounds" />
          </mxGeometry>
        </mxCell>
        <mxCell id="zBBTMQhwQkRe0qv0ZGFn-70" parent="zBBTMQhwQkRe0qv0ZGFn-68" style="shape=partialRectangle;connectable=0;fillColor=none;top=0;left=0;bottom=0;right=0;align=left;spacingLeft=6;overflow=hidden;whiteSpace=wrap;html=1;" value="name" vertex="1">
          <mxGeometry height="20" width="123" x="30" as="geometry">
            <mxRectangle height="20" width="123" as="alternateBounds" />
          </mxGeometry>
        </mxCell>
        <mxCell id="zBBTMQhwQkRe0qv0ZGFn-77" parent="1" style="shape=table;startSize=30;container=1;collapsible=1;childLayout=tableLayout;fixedRows=1;rowLines=0;fontStyle=1;align=center;resizeLast=1;html=1;fillColor=#d80073;fontColor=#ffffff;strokeColor=#A50040;" value="&lt;font style=&quot;font-size: 13px;&quot;&gt;brands&lt;/font&gt;" vertex="1">
          <mxGeometry height="90" width="141" x="-55" y="-715" as="geometry" />
        </mxCell>
        <mxCell id="zBBTMQhwQkRe0qv0ZGFn-78" parent="zBBTMQhwQkRe0qv0ZGFn-77" style="shape=tableRow;horizontal=0;startSize=0;swimlaneHead=0;swimlaneBody=0;fillColor=none;collapsible=0;dropTarget=0;points=[[0,0.5],[1,0.5]];portConstraint=eastwest;top=0;left=0;right=0;bottom=1;" value="" vertex="1">
          <mxGeometry height="30" width="141" y="30" as="geometry" />
        </mxCell>
        <mxCell id="zBBTMQhwQkRe0qv0ZGFn-79" parent="zBBTMQhwQkRe0qv0ZGFn-78" style="shape=partialRectangle;connectable=0;fillColor=none;top=0;left=0;bottom=0;right=0;fontStyle=1;overflow=hidden;whiteSpace=wrap;html=1;" value="PK" vertex="1">
          <mxGeometry height="30" width="30" as="geometry">
            <mxRectangle height="30" width="30" as="alternateBounds" />
          </mxGeometry>
        </mxCell>
        <mxCell id="zBBTMQhwQkRe0qv0ZGFn-80" parent="zBBTMQhwQkRe0qv0ZGFn-78" style="shape=partialRectangle;connectable=0;fillColor=none;top=0;left=0;bottom=0;right=0;align=left;spacingLeft=6;fontStyle=5;overflow=hidden;whiteSpace=wrap;html=1;" value="id_brand" vertex="1">
          <mxGeometry height="30" width="111" x="30" as="geometry">
            <mxRectangle height="30" width="111" as="alternateBounds" />
          </mxGeometry>
        </mxCell>
        <mxCell id="zBBTMQhwQkRe0qv0ZGFn-81" parent="zBBTMQhwQkRe0qv0ZGFn-77" style="shape=tableRow;horizontal=0;startSize=0;swimlaneHead=0;swimlaneBody=0;fillColor=none;collapsible=0;dropTarget=0;points=[[0,0.5],[1,0.5]];portConstraint=eastwest;top=0;left=0;right=0;bottom=0;" value="" vertex="1">
          <mxGeometry height="30" width="141" y="60" as="geometry" />
        </mxCell>
        <mxCell id="zBBTMQhwQkRe0qv0ZGFn-82" parent="zBBTMQhwQkRe0qv0ZGFn-81" style="shape=partialRectangle;connectable=0;fillColor=none;top=0;left=0;bottom=0;right=0;editable=1;overflow=hidden;whiteSpace=wrap;html=1;" value="" vertex="1">
          <mxGeometry height="30" width="30" as="geometry">
            <mxRectangle height="30" width="30" as="alternateBounds" />
          </mxGeometry>
        </mxCell>
        <mxCell id="zBBTMQhwQkRe0qv0ZGFn-83" parent="zBBTMQhwQkRe0qv0ZGFn-81" style="shape=partialRectangle;connectable=0;fillColor=none;top=0;left=0;bottom=0;right=0;align=left;spacingLeft=6;overflow=hidden;whiteSpace=wrap;html=1;" value="name" vertex="1">
          <mxGeometry height="30" width="111" x="30" as="geometry">
            <mxRectangle height="30" width="111" as="alternateBounds" />
          </mxGeometry>
        </mxCell>
        <mxCell id="zBBTMQhwQkRe0qv0ZGFn-90" parent="1" style="shape=table;startSize=30;container=1;collapsible=1;childLayout=tableLayout;fixedRows=1;rowLines=0;fontStyle=1;align=center;resizeLast=1;html=1;fillColor=#d80073;fontColor=#ffffff;strokeColor=#A50040;" value="states_sales" vertex="1">
          <mxGeometry height="90" width="142" x="-55" y="-503" as="geometry" />
        </mxCell>
        <mxCell id="zBBTMQhwQkRe0qv0ZGFn-91" parent="zBBTMQhwQkRe0qv0ZGFn-90" style="shape=tableRow;horizontal=0;startSize=0;swimlaneHead=0;swimlaneBody=0;fillColor=none;collapsible=0;dropTarget=0;points=[[0,0.5],[1,0.5]];portConstraint=eastwest;top=0;left=0;right=0;bottom=1;" value="" vertex="1">
          <mxGeometry height="30" width="142" y="30" as="geometry" />
        </mxCell>
        <mxCell id="zBBTMQhwQkRe0qv0ZGFn-92" parent="zBBTMQhwQkRe0qv0ZGFn-91" style="shape=partialRectangle;connectable=0;fillColor=none;top=0;left=0;bottom=0;right=0;fontStyle=1;overflow=hidden;whiteSpace=wrap;html=1;" value="PK" vertex="1">
          <mxGeometry height="30" width="30" as="geometry">
            <mxRectangle height="30" width="30" as="alternateBounds" />
          </mxGeometry>
        </mxCell>
        <mxCell id="zBBTMQhwQkRe0qv0ZGFn-93" parent="zBBTMQhwQkRe0qv0ZGFn-91" style="shape=partialRectangle;connectable=0;fillColor=none;top=0;left=0;bottom=0;right=0;align=left;spacingLeft=6;fontStyle=5;overflow=hidden;whiteSpace=wrap;html=1;" value="id_state" vertex="1">
          <mxGeometry height="30" width="112" x="30" as="geometry">
            <mxRectangle height="30" width="112" as="alternateBounds" />
          </mxGeometry>
        </mxCell>
        <mxCell id="zBBTMQhwQkRe0qv0ZGFn-94" parent="zBBTMQhwQkRe0qv0ZGFn-90" style="shape=tableRow;horizontal=0;startSize=0;swimlaneHead=0;swimlaneBody=0;fillColor=none;collapsible=0;dropTarget=0;points=[[0,0.5],[1,0.5]];portConstraint=eastwest;top=0;left=0;right=0;bottom=0;" value="" vertex="1">
          <mxGeometry height="30" width="142" y="60" as="geometry" />
        </mxCell>
        <mxCell id="zBBTMQhwQkRe0qv0ZGFn-95" parent="zBBTMQhwQkRe0qv0ZGFn-94" style="shape=partialRectangle;connectable=0;fillColor=none;top=0;left=0;bottom=0;right=0;editable=1;overflow=hidden;whiteSpace=wrap;html=1;" value="" vertex="1">
          <mxGeometry height="30" width="30" as="geometry">
            <mxRectangle height="30" width="30" as="alternateBounds" />
          </mxGeometry>
        </mxCell>
        <mxCell id="zBBTMQhwQkRe0qv0ZGFn-96" parent="zBBTMQhwQkRe0qv0ZGFn-94" style="shape=partialRectangle;connectable=0;fillColor=none;top=0;left=0;bottom=0;right=0;align=left;spacingLeft=6;overflow=hidden;whiteSpace=wrap;html=1;" value="name" vertex="1">
          <mxGeometry height="30" width="112" x="30" as="geometry">
            <mxRectangle height="30" width="112" as="alternateBounds" />
          </mxGeometry>
        </mxCell>
        <mxCell id="zBBTMQhwQkRe0qv0ZGFn-103" edge="1" parent="1" source="zBBTMQhwQkRe0qv0ZGFn-65" style="edgeStyle=entityRelationEdgeStyle;rounded=0;orthogonalLoop=1;jettySize=auto;html=1;fontSize=12;startSize=8;endSize=8;strokeWidth=2;endArrow=ERoneToMany;endFill=0;startArrow=ERone;startFill=0;" target="zBBTMQhwQkRe0qv0ZGFn-147">
          <mxGeometry relative="1" as="geometry">
            <mxPoint x="180" y="-409.9999999999999" as="sourcePoint" />
            <mxPoint x="250" y="-394.9999999999999" as="targetPoint" />
          </mxGeometry>
        </mxCell>
        <mxCell id="zBBTMQhwQkRe0qv0ZGFn-105" edge="1" parent="1" source="zBBTMQhwQkRe0qv0ZGFn-78" style="edgeStyle=entityRelationEdgeStyle;rounded=0;orthogonalLoop=1;jettySize=auto;html=1;fontSize=12;startSize=8;endSize=8;strokeWidth=2;endArrow=ERoneToMany;endFill=0;startArrow=ERone;startFill=0;" target="zBBTMQhwQkRe0qv0ZGFn-9">
          <mxGeometry relative="1" as="geometry" />
        </mxCell>
        <mxCell id="zBBTMQhwQkRe0qv0ZGFn-109" edge="1" parent="1" source="zBBTMQhwQkRe0qv0ZGFn-91" style="edgeStyle=entityRelationEdgeStyle;rounded=0;orthogonalLoop=1;jettySize=auto;html=1;exitX=1;exitY=0.5;exitDx=0;exitDy=0;entryX=0;entryY=0.5;entryDx=0;entryDy=0;fontSize=12;startSize=8;endSize=8;strokeWidth=2;endArrow=ERoneToMany;endFill=0;startArrow=ERone;startFill=0;" target="zBBTMQhwQkRe0qv0ZGFn-61">
          <mxGeometry relative="1" as="geometry" />
        </mxCell>
        <mxCell id="zBBTMQhwQkRe0qv0ZGFn-111" edge="1" parent="1" source="zBBTMQhwQkRe0qv0ZGFn-45" style="edgeStyle=entityRelationEdgeStyle;rounded=0;orthogonalLoop=1;jettySize=auto;html=1;exitX=1;exitY=0.5;exitDx=0;exitDy=0;fontSize=12;startSize=8;endSize=8;strokeWidth=2;endArrow=ERoneToMany;endFill=0;startArrow=ERone;startFill=0;" target="zBBTMQhwQkRe0qv0ZGFn-28">
          <mxGeometry relative="1" as="geometry" />
        </mxCell>
        <mxCell id="zBBTMQhwQkRe0qv0ZGFn-113" edge="1" parent="1" source="zBBTMQhwQkRe0qv0ZGFn-3" style="edgeStyle=entityRelationEdgeStyle;rounded=0;orthogonalLoop=1;jettySize=auto;html=1;exitX=1;exitY=0.5;exitDx=0;exitDy=0;entryX=0;entryY=0.5;entryDx=0;entryDy=0;fontSize=12;startSize=8;endSize=8;strokeWidth=2;endArrow=ERoneToMany;endFill=0;startArrow=ERone;startFill=0;" target="zBBTMQhwQkRe0qv0ZGFn-35">
          <mxGeometry relative="1" as="geometry" />
        </mxCell>
        <mxCell id="zBBTMQhwQkRe0qv0ZGFn-114" edge="1" parent="1" source="zBBTMQhwQkRe0qv0ZGFn-19" style="edgeStyle=entityRelationEdgeStyle;rounded=0;orthogonalLoop=1;jettySize=auto;html=1;exitX=1;exitY=0.5;exitDx=0;exitDy=0;entryX=-0.016;entryY=0.244;entryDx=0;entryDy=0;entryPerimeter=0;fontSize=12;startSize=8;endSize=8;strokeWidth=2;endArrow=ERoneToMany;endFill=0;startArrow=ERone;startFill=0;" target="zBBTMQhwQkRe0qv0ZGFn-38">
          <mxGeometry relative="1" as="geometry" />
        </mxCell>
        <mxCell id="zBBTMQhwQkRe0qv0ZGFn-150" parent="1" style="shape=note;size=20;whiteSpace=wrap;html=1;align=center;" value="&lt;span style=&quot;background-color: transparent; color: light-dark(rgb(0, 0, 0), rgb(255, 255, 255));&quot;&gt;Pending&lt;/span&gt;&lt;br&gt;&lt;br&gt;&lt;span style=&quot;background-color: transparent; color: light-dark(rgb(0, 0, 0), rgb(255, 255, 255));&quot;&gt;Paid&lt;/span&gt;&lt;br&gt;&lt;br&gt;Sent" vertex="1">
          <mxGeometry height="82" width="100" x="-274" y="-499" as="geometry" />
        </mxCell>
        <mxCell id="DBSnEkNCUXUGQAMOJG_C-3" parent="1" style="shape=table;startSize=27;container=1;collapsible=1;childLayout=tableLayout;fixedRows=1;rowLines=0;fontStyle=1;align=center;resizeLast=1;html=1;fillColor=#d80073;fontColor=#ffffff;strokeColor=#A50040;" value="&lt;font style=&quot;font-size: 13px;&quot;&gt;enventories&lt;/font&gt;" vertex="1">
          <mxGeometry height="117" width="112" x="506" y="-646.5" as="geometry" />
        </mxCell>
        <mxCell id="DBSnEkNCUXUGQAMOJG_C-4" parent="DBSnEkNCUXUGQAMOJG_C-3" style="shape=tableRow;horizontal=0;startSize=0;swimlaneHead=0;swimlaneBody=0;fillColor=none;collapsible=0;dropTarget=0;points=[[0,0.5],[1,0.5]];portConstraint=eastwest;top=0;left=0;right=0;bottom=1;" value="" vertex="1">
          <mxGeometry height="30" width="112" y="27" as="geometry" />
        </mxCell>
        <mxCell id="DBSnEkNCUXUGQAMOJG_C-5" parent="DBSnEkNCUXUGQAMOJG_C-4" style="shape=partialRectangle;connectable=0;fillColor=none;top=0;left=0;bottom=0;right=0;fontStyle=1;overflow=hidden;whiteSpace=wrap;html=1;" value="PK" vertex="1">
          <mxGeometry height="30" width="30" as="geometry">
            <mxRectangle height="30" width="30" as="alternateBounds" />
          </mxGeometry>
        </mxCell>
        <mxCell id="DBSnEkNCUXUGQAMOJG_C-6" parent="DBSnEkNCUXUGQAMOJG_C-4" style="shape=partialRectangle;connectable=0;fillColor=none;top=0;left=0;bottom=0;right=0;align=left;spacingLeft=6;fontStyle=5;overflow=hidden;whiteSpace=wrap;html=1;" value="id_inventory" vertex="1">
          <mxGeometry height="30" width="82" x="30" as="geometry">
            <mxRectangle height="30" width="82" as="alternateBounds" />
          </mxGeometry>
        </mxCell>
        <mxCell id="DBSnEkNCUXUGQAMOJG_C-7" parent="DBSnEkNCUXUGQAMOJG_C-3" style="shape=tableRow;horizontal=0;startSize=0;swimlaneHead=0;swimlaneBody=0;fillColor=none;collapsible=0;dropTarget=0;points=[[0,0.5],[1,0.5]];portConstraint=eastwest;top=0;left=0;right=0;bottom=0;" value="" vertex="1">
          <mxGeometry height="30" width="112" y="57" as="geometry" />
        </mxCell>
        <mxCell id="DBSnEkNCUXUGQAMOJG_C-8" parent="DBSnEkNCUXUGQAMOJG_C-7" style="shape=partialRectangle;connectable=0;fillColor=none;top=0;left=0;bottom=0;right=0;editable=1;overflow=hidden;whiteSpace=wrap;html=1;" value="" vertex="1">
          <mxGeometry height="30" width="30" as="geometry">
            <mxRectangle height="30" width="30" as="alternateBounds" />
          </mxGeometry>
        </mxCell>
        <mxCell id="DBSnEkNCUXUGQAMOJG_C-9" parent="DBSnEkNCUXUGQAMOJG_C-7" style="shape=partialRectangle;connectable=0;fillColor=none;top=0;left=0;bottom=0;right=0;align=left;spacingLeft=6;overflow=hidden;whiteSpace=wrap;html=1;" value="code_sku" vertex="1">
          <mxGeometry height="30" width="82" x="30" as="geometry">
            <mxRectangle height="30" width="82" as="alternateBounds" />
          </mxGeometry>
        </mxCell>
        <mxCell id="DBSnEkNCUXUGQAMOJG_C-10" parent="DBSnEkNCUXUGQAMOJG_C-3" style="shape=tableRow;horizontal=0;startSize=0;swimlaneHead=0;swimlaneBody=0;fillColor=none;collapsible=0;dropTarget=0;points=[[0,0.5],[1,0.5]];portConstraint=eastwest;top=0;left=0;right=0;bottom=0;" value="" vertex="1">
          <mxGeometry height="30" width="112" y="87" as="geometry" />
        </mxCell>
        <mxCell id="DBSnEkNCUXUGQAMOJG_C-11" parent="DBSnEkNCUXUGQAMOJG_C-10" style="shape=partialRectangle;connectable=0;fillColor=none;top=0;left=0;bottom=0;right=0;editable=1;overflow=hidden;whiteSpace=wrap;html=1;" value="" vertex="1">
          <mxGeometry height="30" width="30" as="geometry">
            <mxRectangle height="30" width="30" as="alternateBounds" />
          </mxGeometry>
        </mxCell>
        <mxCell id="DBSnEkNCUXUGQAMOJG_C-12" parent="DBSnEkNCUXUGQAMOJG_C-10" style="shape=partialRectangle;connectable=0;fillColor=none;top=0;left=0;bottom=0;right=0;align=left;spacingLeft=6;overflow=hidden;whiteSpace=wrap;html=1;" value="stock" vertex="1">
          <mxGeometry height="30" width="82" x="30" as="geometry">
            <mxRectangle height="30" width="82" as="alternateBounds" />
          </mxGeometry>
        </mxCell>
        <mxCell id="DBSnEkNCUXUGQAMOJG_C-16" edge="1" parent="1" source="zBBTMQhwQkRe0qv0ZGFn-192" style="edgeStyle=entityRelationEdgeStyle;rounded=0;orthogonalLoop=1;jettySize=auto;html=1;fontSize=12;startSize=8;endSize=8;exitX=1.001;exitY=0.689;exitDx=0;exitDy=0;exitPerimeter=0;entryX=0.005;entryY=0.344;entryDx=0;entryDy=0;entryPerimeter=0;strokeWidth=2;endArrow=ERone;endFill=0;startArrow=ERone;startFill=0;" target="DBSnEkNCUXUGQAMOJG_C-4">
          <mxGeometry relative="1" as="geometry" />
        </mxCell>
        <mxCell id="DBSnEkNCUXUGQAMOJG_C-17" parent="1" style="shape=note;size=20;whiteSpace=wrap;html=1;" value="&lt;font style=&quot;font-size: 14px;&quot;&gt;Stock&lt;/font&gt;&lt;div&gt;&lt;font style=&quot;font-size: 14px;&quot;&gt;keeping&lt;/font&gt;&lt;/div&gt;&lt;div&gt;&lt;font style=&quot;font-size: 14px;&quot;&gt;Unit&lt;/font&gt;&lt;/div&gt;" vertex="1">
          <mxGeometry height="82" width="88" x="766" y="-629" as="geometry" />
        </mxCell>
        <mxCell id="cnJLg4wD2BxJbSxsBepf-2" parent="1" style="text;html=1;whiteSpace=wrap;align=right;verticalAlign=middle;rounded=0;fontSize=13;fontStyle=2;fontFamily=Georgia;" value="&lt;div style=&quot;&quot;&gt;&lt;font style=&quot;color: light-dark(rgb(0, 0, 0), rgb(77, 77, 77));&quot;&gt;&lt;font style=&quot;background-color: light-dark(#ffffff, var(--ge-dark-color, #121212)); font-size: 10px;&quot;&gt;github.com/CarlosZubilete |&amp;nbsp;&lt;/font&gt;&lt;span style=&quot;background-color: light-dark(#ffffff, var(--ge-dark-color, #121212)); font-size: 10px;&quot;&gt;June 2026&lt;/span&gt;&lt;/font&gt;&lt;/div&gt;" vertex="1">
          <mxGeometry height="20" width="186" x="432" y="-100" as="geometry" />
        </mxCell>
        <mxCell id="zBBTMQhwQkRe0qv0ZGFn-44" parent="1" style="shape=table;startSize=30;container=1;collapsible=1;childLayout=tableLayout;fixedRows=1;rowLines=0;fontStyle=1;align=center;resizeLast=1;html=1;fillColor=#d80073;fontColor=#ffffff;strokeColor=#A50040;" value="&lt;div&gt;&lt;font style=&quot;font-size: 13px;&quot;&gt;clients&lt;/font&gt;&lt;/div&gt;" vertex="1">
          <mxGeometry height="300" width="136" x="-55" y="-380" as="geometry" />
        </mxCell>
        <mxCell id="zBBTMQhwQkRe0qv0ZGFn-45" parent="zBBTMQhwQkRe0qv0ZGFn-44" style="shape=tableRow;horizontal=0;startSize=0;swimlaneHead=0;swimlaneBody=0;fillColor=none;collapsible=0;dropTarget=0;points=[[0,0.5],[1,0.5]];portConstraint=eastwest;top=0;left=0;right=0;bottom=1;" value="" vertex="1">
          <mxGeometry height="30" width="136" y="30" as="geometry" />
        </mxCell>
        <mxCell id="zBBTMQhwQkRe0qv0ZGFn-46" parent="zBBTMQhwQkRe0qv0ZGFn-45" style="shape=partialRectangle;connectable=0;fillColor=none;top=0;left=0;bottom=0;right=0;fontStyle=1;overflow=hidden;whiteSpace=wrap;html=1;" value="PK" vertex="1">
          <mxGeometry height="30" width="30" as="geometry">
            <mxRectangle height="30" width="30" as="alternateBounds" />
          </mxGeometry>
        </mxCell>
        <mxCell id="zBBTMQhwQkRe0qv0ZGFn-47" parent="zBBTMQhwQkRe0qv0ZGFn-45" style="shape=partialRectangle;connectable=0;fillColor=none;top=0;left=0;bottom=0;right=0;align=left;spacingLeft=6;fontStyle=5;overflow=hidden;whiteSpace=wrap;html=1;" value="id_client" vertex="1">
          <mxGeometry height="30" width="106" x="30" as="geometry">
            <mxRectangle height="30" width="106" as="alternateBounds" />
          </mxGeometry>
        </mxCell>
        <mxCell id="zBBTMQhwQkRe0qv0ZGFn-48" parent="zBBTMQhwQkRe0qv0ZGFn-44" style="shape=tableRow;horizontal=0;startSize=0;swimlaneHead=0;swimlaneBody=0;fillColor=none;collapsible=0;dropTarget=0;points=[[0,0.5],[1,0.5]];portConstraint=eastwest;top=0;left=0;right=0;bottom=0;" value="" vertex="1">
          <mxGeometry height="30" width="136" y="60" as="geometry" />
        </mxCell>
        <mxCell id="zBBTMQhwQkRe0qv0ZGFn-49" parent="zBBTMQhwQkRe0qv0ZGFn-48" style="shape=partialRectangle;connectable=0;fillColor=none;top=0;left=0;bottom=0;right=0;editable=1;overflow=hidden;whiteSpace=wrap;html=1;" value="" vertex="1">
          <mxGeometry height="30" width="30" as="geometry">
            <mxRectangle height="30" width="30" as="alternateBounds" />
          </mxGeometry>
        </mxCell>
        <mxCell id="zBBTMQhwQkRe0qv0ZGFn-50" parent="zBBTMQhwQkRe0qv0ZGFn-48" style="shape=partialRectangle;connectable=0;fillColor=none;top=0;left=0;bottom=0;right=0;align=left;spacingLeft=6;overflow=hidden;whiteSpace=wrap;html=1;" value="first_name" vertex="1">
          <mxGeometry height="30" width="106" x="30" as="geometry">
            <mxRectangle height="30" width="106" as="alternateBounds" />
          </mxGeometry>
        </mxCell>
        <mxCell id="zBBTMQhwQkRe0qv0ZGFn-54" parent="zBBTMQhwQkRe0qv0ZGFn-44" style="shape=tableRow;horizontal=0;startSize=0;swimlaneHead=0;swimlaneBody=0;fillColor=none;collapsible=0;dropTarget=0;points=[[0,0.5],[1,0.5]];portConstraint=eastwest;top=0;left=0;right=0;bottom=0;" value="" vertex="1">
          <mxGeometry height="30" width="136" y="90" as="geometry" />
        </mxCell>
        <mxCell id="zBBTMQhwQkRe0qv0ZGFn-55" parent="zBBTMQhwQkRe0qv0ZGFn-54" style="shape=partialRectangle;connectable=0;fillColor=none;top=0;left=0;bottom=0;right=0;editable=1;overflow=hidden;whiteSpace=wrap;html=1;" value="" vertex="1">
          <mxGeometry height="30" width="30" as="geometry">
            <mxRectangle height="30" width="30" as="alternateBounds" />
          </mxGeometry>
        </mxCell>
        <mxCell id="zBBTMQhwQkRe0qv0ZGFn-56" parent="zBBTMQhwQkRe0qv0ZGFn-54" style="shape=partialRectangle;connectable=0;fillColor=none;top=0;left=0;bottom=0;right=0;align=left;spacingLeft=6;overflow=hidden;whiteSpace=wrap;html=1;" value="last_name" vertex="1">
          <mxGeometry height="30" width="106" x="30" as="geometry">
            <mxRectangle height="30" width="106" as="alternateBounds" />
          </mxGeometry>
        </mxCell>
        <mxCell id="zBBTMQhwQkRe0qv0ZGFn-152" parent="zBBTMQhwQkRe0qv0ZGFn-44" style="shape=tableRow;horizontal=0;startSize=0;swimlaneHead=0;swimlaneBody=0;fillColor=none;collapsible=0;dropTarget=0;points=[[0,0.5],[1,0.5]];portConstraint=eastwest;top=0;left=0;right=0;bottom=0;" value="" vertex="1">
          <mxGeometry height="30" width="136" y="120" as="geometry" />
        </mxCell>
        <mxCell id="zBBTMQhwQkRe0qv0ZGFn-153" parent="zBBTMQhwQkRe0qv0ZGFn-152" style="shape=partialRectangle;connectable=0;fillColor=none;top=0;left=0;bottom=0;right=0;editable=1;overflow=hidden;whiteSpace=wrap;html=1;" value="" vertex="1">
          <mxGeometry height="30" width="30" as="geometry">
            <mxRectangle height="30" width="30" as="alternateBounds" />
          </mxGeometry>
        </mxCell>
        <mxCell id="zBBTMQhwQkRe0qv0ZGFn-154" parent="zBBTMQhwQkRe0qv0ZGFn-152" style="shape=partialRectangle;connectable=0;fillColor=none;top=0;left=0;bottom=0;right=0;align=left;spacingLeft=6;overflow=hidden;whiteSpace=wrap;html=1;" value="document" vertex="1">
          <mxGeometry height="30" width="106" x="30" as="geometry">
            <mxRectangle height="30" width="106" as="alternateBounds" />
          </mxGeometry>
        </mxCell>
        <mxCell id="zBBTMQhwQkRe0qv0ZGFn-155" parent="zBBTMQhwQkRe0qv0ZGFn-44" style="shape=tableRow;horizontal=0;startSize=0;swimlaneHead=0;swimlaneBody=0;fillColor=none;collapsible=0;dropTarget=0;points=[[0,0.5],[1,0.5]];portConstraint=eastwest;top=0;left=0;right=0;bottom=0;" value="" vertex="1">
          <mxGeometry height="30" width="136" y="150" as="geometry" />
        </mxCell>
        <mxCell id="zBBTMQhwQkRe0qv0ZGFn-156" parent="zBBTMQhwQkRe0qv0ZGFn-155" style="shape=partialRectangle;connectable=0;fillColor=none;top=0;left=0;bottom=0;right=0;editable=1;overflow=hidden;whiteSpace=wrap;html=1;" value="" vertex="1">
          <mxGeometry height="30" width="30" as="geometry">
            <mxRectangle height="30" width="30" as="alternateBounds" />
          </mxGeometry>
        </mxCell>
        <mxCell id="zBBTMQhwQkRe0qv0ZGFn-157" parent="zBBTMQhwQkRe0qv0ZGFn-155" style="shape=partialRectangle;connectable=0;fillColor=none;top=0;left=0;bottom=0;right=0;align=left;spacingLeft=6;overflow=hidden;whiteSpace=wrap;html=1;" value="email" vertex="1">
          <mxGeometry height="30" width="106" x="30" as="geometry">
            <mxRectangle height="30" width="106" as="alternateBounds" />
          </mxGeometry>
        </mxCell>
        <mxCell id="zBBTMQhwQkRe0qv0ZGFn-167" parent="zBBTMQhwQkRe0qv0ZGFn-44" style="shape=tableRow;horizontal=0;startSize=0;swimlaneHead=0;swimlaneBody=0;fillColor=none;collapsible=0;dropTarget=0;points=[[0,0.5],[1,0.5]];portConstraint=eastwest;top=0;left=0;right=0;bottom=0;" value="" vertex="1">
          <mxGeometry height="30" width="136" y="180" as="geometry" />
        </mxCell>
        <mxCell id="zBBTMQhwQkRe0qv0ZGFn-168" parent="zBBTMQhwQkRe0qv0ZGFn-167" style="shape=partialRectangle;connectable=0;fillColor=none;top=0;left=0;bottom=0;right=0;editable=1;overflow=hidden;whiteSpace=wrap;html=1;" value="" vertex="1">
          <mxGeometry height="30" width="30" as="geometry">
            <mxRectangle height="30" width="30" as="alternateBounds" />
          </mxGeometry>
        </mxCell>
        <mxCell id="zBBTMQhwQkRe0qv0ZGFn-169" parent="zBBTMQhwQkRe0qv0ZGFn-167" style="shape=partialRectangle;connectable=0;fillColor=none;top=0;left=0;bottom=0;right=0;align=left;spacingLeft=6;overflow=hidden;whiteSpace=wrap;html=1;" value="phone" vertex="1">
          <mxGeometry height="30" width="106" x="30" as="geometry">
            <mxRectangle height="30" width="106" as="alternateBounds" />
          </mxGeometry>
        </mxCell>
        <mxCell id="zBBTMQhwQkRe0qv0ZGFn-186" parent="zBBTMQhwQkRe0qv0ZGFn-44" style="shape=tableRow;horizontal=0;startSize=0;swimlaneHead=0;swimlaneBody=0;fillColor=none;collapsible=0;dropTarget=0;points=[[0,0.5],[1,0.5]];portConstraint=eastwest;top=0;left=0;right=0;bottom=0;" value="" vertex="1">
          <mxGeometry height="30" width="136" y="210" as="geometry" />
        </mxCell>
        <mxCell id="zBBTMQhwQkRe0qv0ZGFn-187" parent="zBBTMQhwQkRe0qv0ZGFn-186" style="shape=partialRectangle;connectable=0;fillColor=none;top=0;left=0;bottom=0;right=0;editable=1;overflow=hidden;whiteSpace=wrap;html=1;" value="" vertex="1">
          <mxGeometry height="30" width="30" as="geometry">
            <mxRectangle height="30" width="30" as="alternateBounds" />
          </mxGeometry>
        </mxCell>
        <mxCell id="zBBTMQhwQkRe0qv0ZGFn-188" parent="zBBTMQhwQkRe0qv0ZGFn-186" style="shape=partialRectangle;connectable=0;fillColor=none;top=0;left=0;bottom=0;right=0;align=left;spacingLeft=6;overflow=hidden;whiteSpace=wrap;html=1;" value="created_at" vertex="1">
          <mxGeometry height="30" width="106" x="30" as="geometry">
            <mxRectangle height="30" width="106" as="alternateBounds" />
          </mxGeometry>
        </mxCell>
        <mxCell id="zBBTMQhwQkRe0qv0ZGFn-189" parent="zBBTMQhwQkRe0qv0ZGFn-44" style="shape=tableRow;horizontal=0;startSize=0;swimlaneHead=0;swimlaneBody=0;fillColor=none;collapsible=0;dropTarget=0;points=[[0,0.5],[1,0.5]];portConstraint=eastwest;top=0;left=0;right=0;bottom=0;" value="" vertex="1">
          <mxGeometry height="30" width="136" y="240" as="geometry" />
        </mxCell>
        <mxCell id="zBBTMQhwQkRe0qv0ZGFn-190" parent="zBBTMQhwQkRe0qv0ZGFn-189" style="shape=partialRectangle;connectable=0;fillColor=none;top=0;left=0;bottom=0;right=0;editable=1;overflow=hidden;whiteSpace=wrap;html=1;" value="" vertex="1">
          <mxGeometry height="30" width="30" as="geometry">
            <mxRectangle height="30" width="30" as="alternateBounds" />
          </mxGeometry>
        </mxCell>
        <mxCell id="zBBTMQhwQkRe0qv0ZGFn-191" parent="zBBTMQhwQkRe0qv0ZGFn-189" style="shape=partialRectangle;connectable=0;fillColor=none;top=0;left=0;bottom=0;right=0;align=left;spacingLeft=6;overflow=hidden;whiteSpace=wrap;html=1;" value="updated_at" vertex="1">
          <mxGeometry height="30" width="106" x="30" as="geometry">
            <mxRectangle height="30" width="106" as="alternateBounds" />
          </mxGeometry>
        </mxCell>
        <mxCell id="TDyVmpo-uu84AT0to42s-1" parent="zBBTMQhwQkRe0qv0ZGFn-44" style="shape=tableRow;horizontal=0;startSize=0;swimlaneHead=0;swimlaneBody=0;fillColor=none;collapsible=0;dropTarget=0;points=[[0,0.5],[1,0.5]];portConstraint=eastwest;top=0;left=0;right=0;bottom=0;" value="" vertex="1">
          <mxGeometry height="30" width="136" y="270" as="geometry" />
        </mxCell>
        <mxCell id="TDyVmpo-uu84AT0to42s-2" parent="TDyVmpo-uu84AT0to42s-1" style="shape=partialRectangle;connectable=0;fillColor=none;top=0;left=0;bottom=0;right=0;editable=1;overflow=hidden;whiteSpace=wrap;html=1;" value="" vertex="1">
          <mxGeometry height="30" width="30" as="geometry">
            <mxRectangle height="30" width="30" as="alternateBounds" />
          </mxGeometry>
        </mxCell>
        <mxCell id="TDyVmpo-uu84AT0to42s-3" parent="TDyVmpo-uu84AT0to42s-1" style="shape=partialRectangle;connectable=0;fillColor=none;top=0;left=0;bottom=0;right=0;align=left;spacingLeft=6;overflow=hidden;whiteSpace=wrap;html=1;" value="id_active" vertex="1">
          <mxGeometry height="30" width="106" x="30" as="geometry">
            <mxRectangle height="30" width="106" as="alternateBounds" />
          </mxGeometry>
        </mxCell>
      </root>
    </mxGraphModel>
  </diagram>
</mxfile>
